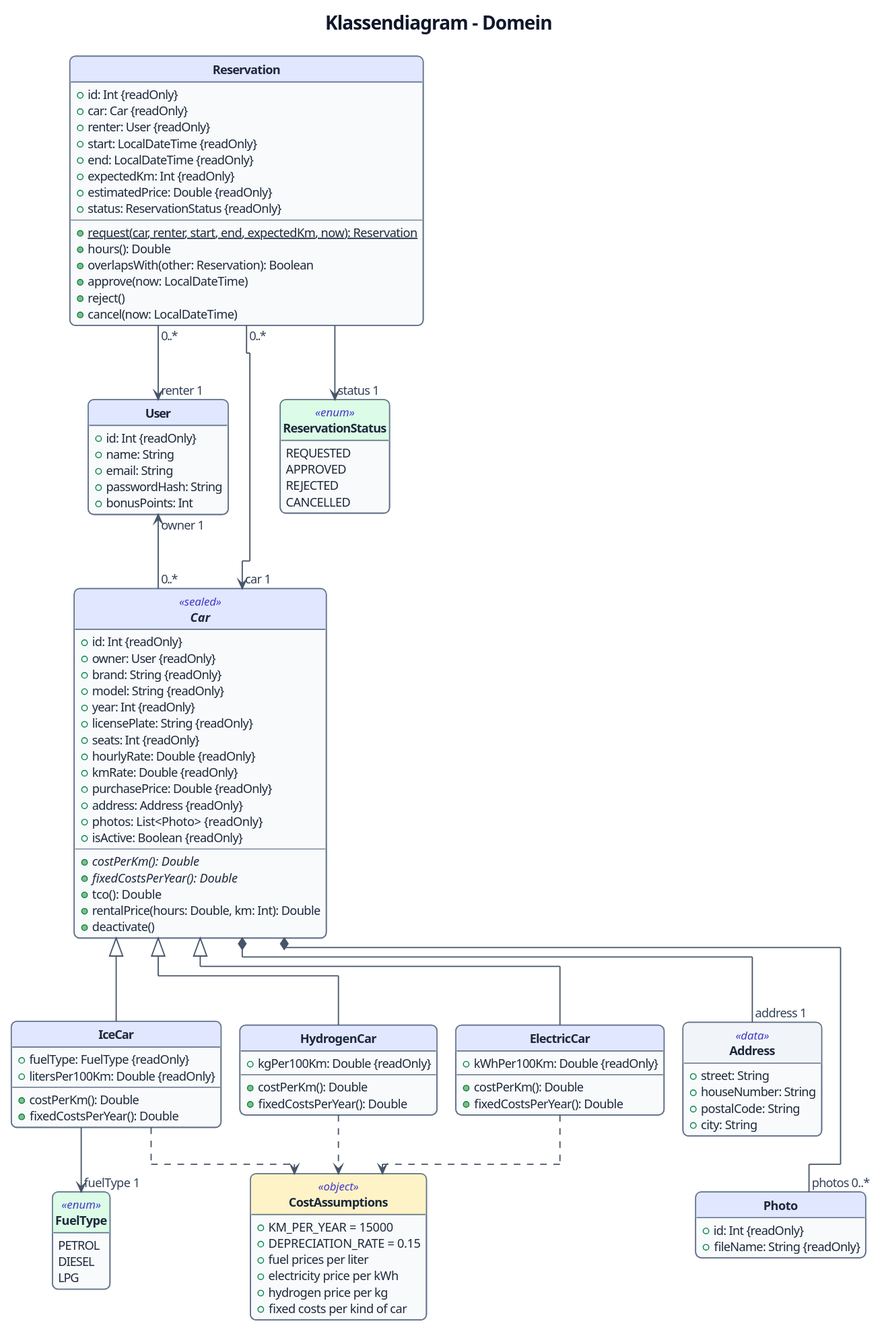
This is docs/images/domain-class-diagram.svg from ThimoHarte/RentMyCar, a PlantUML export, as it was before one commit.
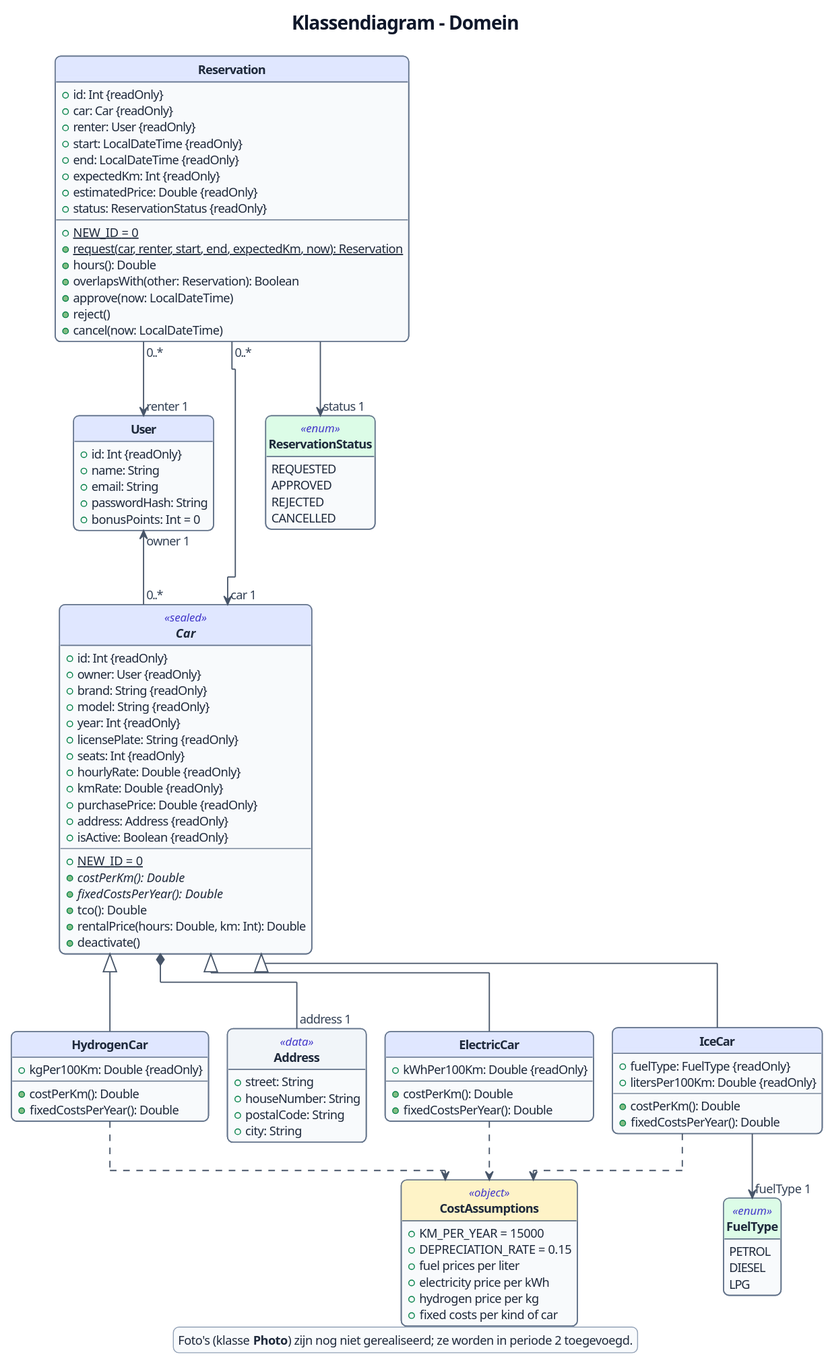
After the change.

The edit, as a diff of the source:
```diff
@@ -19,6 +19,7 @@
   + estimatedPrice: Double {readOnly}
   + status: ReservationStatus {readOnly}
   --
+  + {static} NEW_ID = 0
   + {static} request(car, renter, start, end, expectedKm, now): Reservation
   + hours(): Double
   + overlapsWith(other: Reservation): Boolean
@@ -39,7 +40,7 @@
   + name: String
   + email: String
   + passwordHash: String
-  + bonusPoints: Int
+  + bonusPoints: Int = 0
 }
 
 abstract class Car <<sealed>> {
@@ -54,9 +55,9 @@
   + kmRate: Double {readOnly}
   + purchasePrice: Double {readOnly}
   + address: Address {readOnly}
-  + photos: List<Photo> {readOnly}
   + isActive: Boolean {readOnly}
   --
+  + {static} NEW_ID = 0
   + {abstract} costPerKm(): Double
   + {abstract} fixedCostsPerYear(): Double
   + tco(): Double
@@ -69,11 +70,6 @@
   + houseNumber: String
   + postalCode: String
   + city: String
-}
-
-class Photo {
-  + id: Int {readOnly}
-  + fileName: String {readOnly}
 }
 
 class IceCar {
@@ -119,8 +115,6 @@
 Car "0..*" -left-> "owner 1" User
 
 Car *-right- "address 1" Address
-Car *-right- "photos 0..*" Photo
-Address -[hidden]down- Photo
 
 Car <|-down- IceCar
 Car <|-down- ElectricCar
@@ -131,4 +125,8 @@
 IceCar .down.> CostAssumptions
 ElectricCar .down.> CostAssumptions
 HydrogenCar .down.> CostAssumptions
+
+legend bottom
+  Foto's (klasse <b>Photo</b>) zijn nog niet gerealiseerd; ze worden in periode 2 toegevoegd.
+endlegend
 @enduml
```
